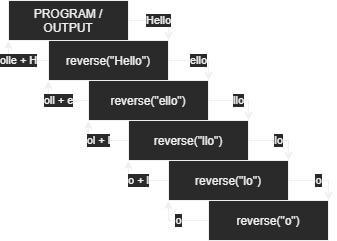
Above: Resources/RecursionStringDiagram.png in SynMQU/COMP1010_2020 (draw.io), before the change. Source tidied: cells renumbered, new cells last; positions are measured from the earlier drawing's top-left corner, leaving out a move shared by most shapes. Its diagram source:
```xml
<mxGraphModel>
  <root>
    <mxCell id="0" />
    <mxCell id="1" parent="0" />
    <mxCell id="2" value="ello" style="edgeStyle=orthogonalEdgeStyle;rounded=0;jettySize=auto;html=1;exitX=1;exitY=0.5;exitDx=0;exitDy=0;entryX=1;entryY=0;entryDx=0;entryDy=0;" parent="1" edge="1" source="4" target="7">
      <mxGeometry relative="1" as="geometry" />
    </mxCell>
    <mxCell id="3" value="olle + H" style="edgeStyle=orthogonalEdgeStyle;rounded=0;jettySize=auto;html=1;exitX=0;exitY=0.5;exitDx=0;exitDy=0;entryX=0;entryY=1;entryDx=0;entryDy=0;" parent="1" edge="1" source="4" target="9">
      <mxGeometry relative="1" as="geometry" />
    </mxCell>
    <mxCell id="4" value="reverse(&quot;Hello&quot;)" style="rounded=0;whiteSpace=wrap;html=1;" parent="1" vertex="1">
      <mxGeometry x="40" y="40" width="120" height="40" as="geometry" />
    </mxCell>
    <mxCell id="5" value="llo" style="edgeStyle=orthogonalEdgeStyle;rounded=0;jettySize=auto;html=1;exitX=1;exitY=0.5;exitDx=0;exitDy=0;entryX=1;entryY=0;entryDx=0;entryDy=0;" parent="1" edge="1" source="7" target="12">
      <mxGeometry relative="1" as="geometry" />
    </mxCell>
    <mxCell id="6" value="oll + e" style="edgeStyle=orthogonalEdgeStyle;rounded=0;jettySize=auto;html=1;exitX=0;exitY=0.5;exitDx=0;exitDy=0;entryX=0;entryY=1;entryDx=0;entryDy=0;" parent="1" edge="1" source="7" target="4">
      <mxGeometry relative="1" as="geometry" />
    </mxCell>
    <mxCell id="7" value="reverse(&quot;ello&quot;)" style="rounded=0;whiteSpace=wrap;html=1;" parent="1" vertex="1">
      <mxGeometry x="80" y="80" width="120" height="40" as="geometry" />
    </mxCell>
    <mxCell id="8" value="Hello" style="edgeStyle=orthogonalEdgeStyle;rounded=0;jettySize=auto;html=1;exitX=1;exitY=0.5;exitDx=0;exitDy=0;entryX=1;entryY=0;entryDx=0;entryDy=0;" parent="1" edge="1" source="9" target="4">
      <mxGeometry relative="1" as="geometry" />
    </mxCell>
    <mxCell id="9" value="PROGRAM / OUTPUT" style="rounded=0;whiteSpace=wrap;html=1;" parent="1" vertex="1">
      <mxGeometry width="120" height="40" as="geometry" />
    </mxCell>
    <mxCell id="10" value="lo" style="edgeStyle=orthogonalEdgeStyle;rounded=0;jettySize=auto;html=1;exitX=1;exitY=0.5;exitDx=0;exitDy=0;entryX=1;entryY=0;entryDx=0;entryDy=0;" parent="1" edge="1" source="12" target="15">
      <mxGeometry relative="1" as="geometry" />
    </mxCell>
    <mxCell id="11" value="ol + l" style="edgeStyle=orthogonalEdgeStyle;rounded=0;jettySize=auto;html=1;exitX=0;exitY=0.5;exitDx=0;exitDy=0;entryX=0;entryY=1;entryDx=0;entryDy=0;" parent="1" edge="1" source="12" target="7">
      <mxGeometry relative="1" as="geometry" />
    </mxCell>
    <mxCell id="12" value="reverse(&quot;llo&quot;)" style="rounded=0;whiteSpace=wrap;html=1;" parent="1" vertex="1">
      <mxGeometry x="120" y="120" width="120" height="40" as="geometry" />
    </mxCell>
    <mxCell id="13" value="o" style="edgeStyle=orthogonalEdgeStyle;rounded=0;jettySize=auto;html=1;exitX=1;exitY=0.5;exitDx=0;exitDy=0;entryX=1;entryY=0;entryDx=0;entryDy=0;" parent="1" edge="1" source="15" target="17">
      <mxGeometry relative="1" as="geometry" />
    </mxCell>
    <mxCell id="14" value="o + l" style="edgeStyle=orthogonalEdgeStyle;rounded=0;jettySize=auto;html=1;exitX=0;exitY=0.5;exitDx=0;exitDy=0;entryX=0;entryY=1;entryDx=0;entryDy=0;" parent="1" edge="1" source="15" target="12">
      <mxGeometry relative="1" as="geometry" />
    </mxCell>
    <mxCell id="15" value="reverse(&quot;lo&quot;)" style="rounded=0;whiteSpace=wrap;html=1;" parent="1" vertex="1">
      <mxGeometry x="160" y="160" width="120" height="40" as="geometry" />
    </mxCell>
    <mxCell id="16" value="o" style="edgeStyle=orthogonalEdgeStyle;rounded=0;jettySize=auto;html=1;exitX=0;exitY=0.5;exitDx=0;exitDy=0;entryX=0;entryY=1;entryDx=0;entryDy=0;" parent="1" edge="1" source="17" target="15">
      <mxGeometry relative="1" as="geometry" />
    </mxCell>
    <mxCell id="17" value="reverse(&quot;o&quot;)" style="rounded=0;whiteSpace=wrap;html=1;" parent="1" vertex="1">
      <mxGeometry x="200" y="200" width="120" height="40" as="geometry" />
    </mxCell>
  </root>
</mxGraphModel>
```
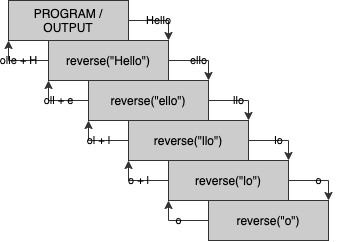
After the change.

The edit, as a diff of the source:
```diff
@@ -2,52 +2,52 @@
   <root>
     <mxCell id="0" />
     <mxCell id="1" parent="0" />
-    <mxCell id="2" value="ello" style="edgeStyle=orthogonalEdgeStyle;rounded=0;jettySize=auto;html=1;exitX=1;exitY=0.5;exitDx=0;exitDy=0;entryX=1;entryY=0;entryDx=0;entryDy=0;" parent="1" edge="1" source="4" target="7">
+    <mxCell id="2" value="ello" style="edgeStyle=orthogonalEdgeStyle;rounded=0;jettySize=auto;html=1;exitX=1;exitY=0.5;exitDx=0;exitDy=0;entryX=1;entryY=0;entryDx=0;entryDy=0;strokeColor=#333333;labelBackgroundColor=none;fontColor=#000000;" parent="1" edge="1" source="4" target="7">
       <mxGeometry relative="1" as="geometry" />
     </mxCell>
-    <mxCell id="3" value="olle + H" style="edgeStyle=orthogonalEdgeStyle;rounded=0;jettySize=auto;html=1;exitX=0;exitY=0.5;exitDx=0;exitDy=0;entryX=0;entryY=1;entryDx=0;entryDy=0;" parent="1" edge="1" source="4" target="9">
+    <mxCell id="3" value="olle + H" style="edgeStyle=orthogonalEdgeStyle;rounded=0;jettySize=auto;html=1;exitX=0;exitY=0.5;exitDx=0;exitDy=0;entryX=0;entryY=1;entryDx=0;entryDy=0;strokeColor=#333333;labelBackgroundColor=none;fontColor=#000000;" parent="1" edge="1" source="4" target="9">
       <mxGeometry relative="1" as="geometry" />
     </mxCell>
-    <mxCell id="4" value="reverse(&quot;Hello&quot;)" style="rounded=0;whiteSpace=wrap;html=1;" parent="1" vertex="1">
+    <mxCell id="4" value="reverse(&quot;Hello&quot;)" style="rounded=0;whiteSpace=wrap;html=1;strokeColor=#333333;labelBackgroundColor=none;fillColor=#CCCCCC;fontColor=#000000;" parent="1" vertex="1">
       <mxGeometry x="40" y="40" width="120" height="40" as="geometry" />
     </mxCell>
-    <mxCell id="5" value="llo" style="edgeStyle=orthogonalEdgeStyle;rounded=0;jettySize=auto;html=1;exitX=1;exitY=0.5;exitDx=0;exitDy=0;entryX=1;entryY=0;entryDx=0;entryDy=0;" parent="1" edge="1" source="7" target="12">
+    <mxCell id="5" value="llo" style="edgeStyle=orthogonalEdgeStyle;rounded=0;jettySize=auto;html=1;exitX=1;exitY=0.5;exitDx=0;exitDy=0;entryX=1;entryY=0;entryDx=0;entryDy=0;strokeColor=#333333;labelBackgroundColor=none;fontColor=#000000;" parent="1" edge="1" source="7" target="12">
       <mxGeometry relative="1" as="geometry" />
     </mxCell>
-    <mxCell id="6" value="oll + e" style="edgeStyle=orthogonalEdgeStyle;rounded=0;jettySize=auto;html=1;exitX=0;exitY=0.5;exitDx=0;exitDy=0;entryX=0;entryY=1;entryDx=0;entryDy=0;" parent="1" edge="1" source="7" target="4">
+    <mxCell id="6" value="oll + e" style="edgeStyle=orthogonalEdgeStyle;rounded=0;jettySize=auto;html=1;exitX=0;exitY=0.5;exitDx=0;exitDy=0;entryX=0;entryY=1;entryDx=0;entryDy=0;strokeColor=#333333;labelBackgroundColor=none;fontColor=#000000;" parent="1" edge="1" source="7" target="4">
       <mxGeometry relative="1" as="geometry" />
     </mxCell>
-    <mxCell id="7" value="reverse(&quot;ello&quot;)" style="rounded=0;whiteSpace=wrap;html=1;" parent="1" vertex="1">
+    <mxCell id="7" value="reverse(&quot;ello&quot;)" style="rounded=0;whiteSpace=wrap;html=1;strokeColor=#333333;labelBackgroundColor=none;fillColor=#CCCCCC;fontColor=#000000;" parent="1" vertex="1">
       <mxGeometry x="80" y="80" width="120" height="40" as="geometry" />
     </mxCell>
-    <mxCell id="8" value="Hello" style="edgeStyle=orthogonalEdgeStyle;rounded=0;jettySize=auto;html=1;exitX=1;exitY=0.5;exitDx=0;exitDy=0;entryX=1;entryY=0;entryDx=0;entryDy=0;" parent="1" edge="1" source="9" target="4">
+    <mxCell id="8" value="Hello" style="edgeStyle=orthogonalEdgeStyle;rounded=0;jettySize=auto;html=1;exitX=1;exitY=0.5;exitDx=0;exitDy=0;entryX=1;entryY=0;entryDx=0;entryDy=0;strokeColor=#333333;labelBackgroundColor=none;fontColor=#000000;" parent="1" edge="1" source="9" target="4">
       <mxGeometry relative="1" as="geometry" />
     </mxCell>
-    <mxCell id="9" value="PROGRAM / OUTPUT" style="rounded=0;whiteSpace=wrap;html=1;" parent="1" vertex="1">
+    <mxCell id="9" value="PROGRAM / OUTPUT" style="rounded=0;whiteSpace=wrap;html=1;strokeColor=#333333;labelBackgroundColor=none;fillColor=#CCCCCC;fontColor=#000000;" parent="1" vertex="1">
       <mxGeometry width="120" height="40" as="geometry" />
     </mxCell>
-    <mxCell id="10" value="lo" style="edgeStyle=orthogonalEdgeStyle;rounded=0;jettySize=auto;html=1;exitX=1;exitY=0.5;exitDx=0;exitDy=0;entryX=1;entryY=0;entryDx=0;entryDy=0;" parent="1" edge="1" source="12" target="15">
+    <mxCell id="10" value="lo" style="edgeStyle=orthogonalEdgeStyle;rounded=0;jettySize=auto;html=1;exitX=1;exitY=0.5;exitDx=0;exitDy=0;entryX=1;entryY=0;entryDx=0;entryDy=0;strokeColor=#333333;labelBackgroundColor=none;fontColor=#000000;" parent="1" edge="1" source="12" target="15">
       <mxGeometry relative="1" as="geometry" />
     </mxCell>
-    <mxCell id="11" value="ol + l" style="edgeStyle=orthogonalEdgeStyle;rounded=0;jettySize=auto;html=1;exitX=0;exitY=0.5;exitDx=0;exitDy=0;entryX=0;entryY=1;entryDx=0;entryDy=0;" parent="1" edge="1" source="12" target="7">
+    <mxCell id="11" value="ol + l" style="edgeStyle=orthogonalEdgeStyle;rounded=0;jettySize=auto;html=1;exitX=0;exitY=0.5;exitDx=0;exitDy=0;entryX=0;entryY=1;entryDx=0;entryDy=0;strokeColor=#333333;labelBackgroundColor=none;fontColor=#000000;" parent="1" edge="1" source="12" target="7">
       <mxGeometry relative="1" as="geometry" />
     </mxCell>
-    <mxCell id="12" value="reverse(&quot;llo&quot;)" style="rounded=0;whiteSpace=wrap;html=1;" parent="1" vertex="1">
+    <mxCell id="12" value="reverse(&quot;llo&quot;)" style="rounded=0;whiteSpace=wrap;html=1;strokeColor=#333333;labelBackgroundColor=none;fillColor=#CCCCCC;fontColor=#000000;" parent="1" vertex="1">
       <mxGeometry x="120" y="120" width="120" height="40" as="geometry" />
     </mxCell>
-    <mxCell id="13" value="o" style="edgeStyle=orthogonalEdgeStyle;rounded=0;jettySize=auto;html=1;exitX=1;exitY=0.5;exitDx=0;exitDy=0;entryX=1;entryY=0;entryDx=0;entryDy=0;" parent="1" edge="1" source="15" target="17">
+    <mxCell id="13" value="o" style="edgeStyle=orthogonalEdgeStyle;rounded=0;jettySize=auto;html=1;exitX=1;exitY=0.5;exitDx=0;exitDy=0;entryX=1;entryY=0;entryDx=0;entryDy=0;strokeColor=#333333;labelBackgroundColor=none;fontColor=#000000;" parent="1" edge="1" source="15" target="17">
       <mxGeometry relative="1" as="geometry" />
     </mxCell>
-    <mxCell id="14" value="o + l" style="edgeStyle=orthogonalEdgeStyle;rounded=0;jettySize=auto;html=1;exitX=0;exitY=0.5;exitDx=0;exitDy=0;entryX=0;entryY=1;entryDx=0;entryDy=0;" parent="1" edge="1" source="15" target="12">
+    <mxCell id="14" value="o + l" style="edgeStyle=orthogonalEdgeStyle;rounded=0;jettySize=auto;html=1;exitX=0;exitY=0.5;exitDx=0;exitDy=0;entryX=0;entryY=1;entryDx=0;entryDy=0;strokeColor=#333333;labelBackgroundColor=none;fontColor=#000000;" parent="1" edge="1" source="15" target="12">
       <mxGeometry relative="1" as="geometry" />
     </mxCell>
-    <mxCell id="15" value="reverse(&quot;lo&quot;)" style="rounded=0;whiteSpace=wrap;html=1;" parent="1" vertex="1">
+    <mxCell id="15" value="reverse(&quot;lo&quot;)" style="rounded=0;whiteSpace=wrap;html=1;strokeColor=#333333;labelBackgroundColor=none;fillColor=#CCCCCC;fontColor=#000000;" parent="1" vertex="1">
       <mxGeometry x="160" y="160" width="120" height="40" as="geometry" />
     </mxCell>
-    <mxCell id="16" value="o" style="edgeStyle=orthogonalEdgeStyle;rounded=0;jettySize=auto;html=1;exitX=0;exitY=0.5;exitDx=0;exitDy=0;entryX=0;entryY=1;entryDx=0;entryDy=0;" parent="1" edge="1" source="17" target="15">
+    <mxCell id="16" value="o" style="edgeStyle=orthogonalEdgeStyle;rounded=0;jettySize=auto;html=1;exitX=0;exitY=0.5;exitDx=0;exitDy=0;entryX=0;entryY=1;entryDx=0;entryDy=0;strokeColor=#333333;labelBackgroundColor=none;fontColor=#000000;" parent="1" edge="1" source="17" target="15">
       <mxGeometry relative="1" as="geometry" />
     </mxCell>
-    <mxCell id="17" value="reverse(&quot;o&quot;)" style="rounded=0;whiteSpace=wrap;html=1;" parent="1" vertex="1">
+    <mxCell id="17" value="reverse(&quot;o&quot;)" style="rounded=0;whiteSpace=wrap;html=1;strokeColor=#333333;labelBackgroundColor=none;fillColor=#CCCCCC;fontColor=#000000;" parent="1" vertex="1">
       <mxGeometry x="200" y="200" width="120" height="40" as="geometry" />
     </mxCell>
   </root>
```
